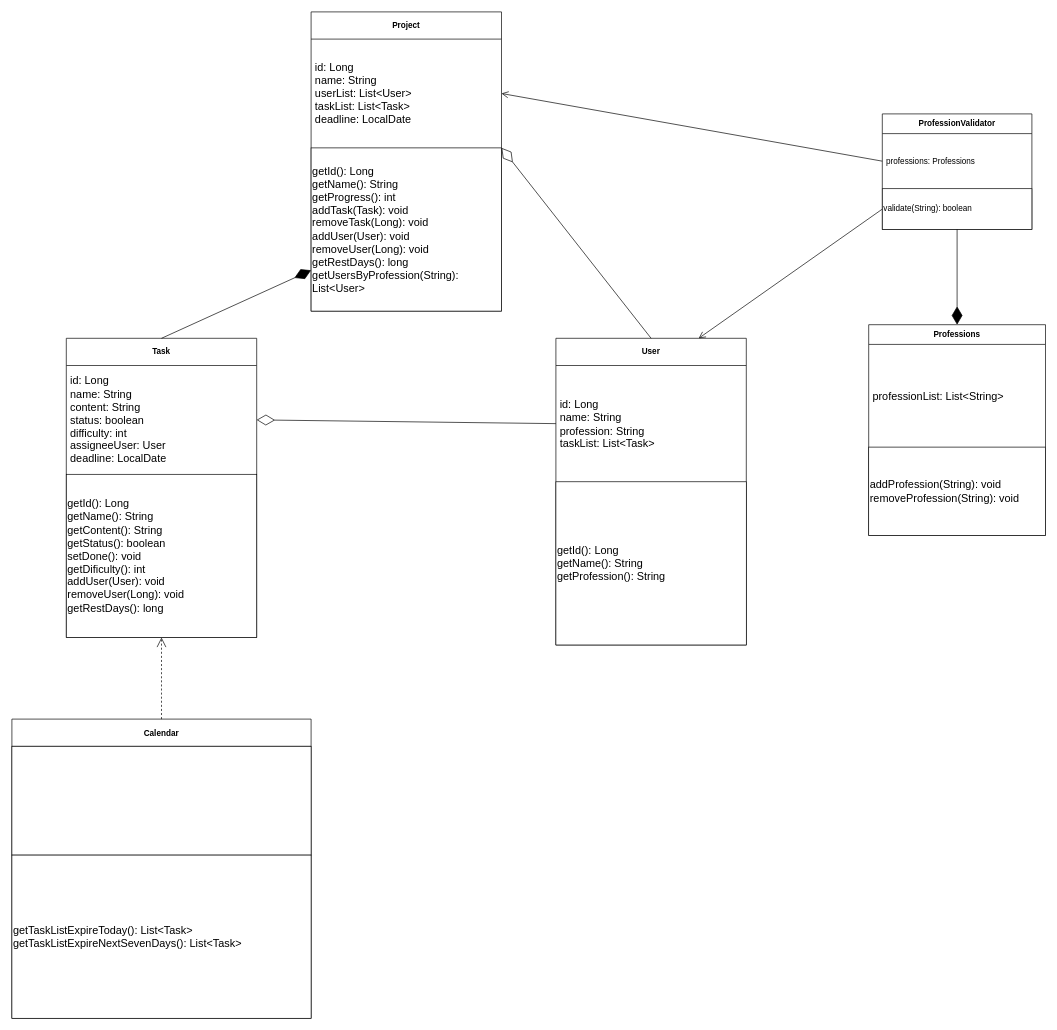
This is uml.drawio from SibGuys/ood, a draw.io file, before an edit. Source tidied: cells renumbered, new cells numbered last; positions are measured from the earlier drawing's top-left corner, leaving out a move shared by most shapes. Both pictures are drawn from the tidied source at 68%, with x=0, y=0 at pixel (12, 12).
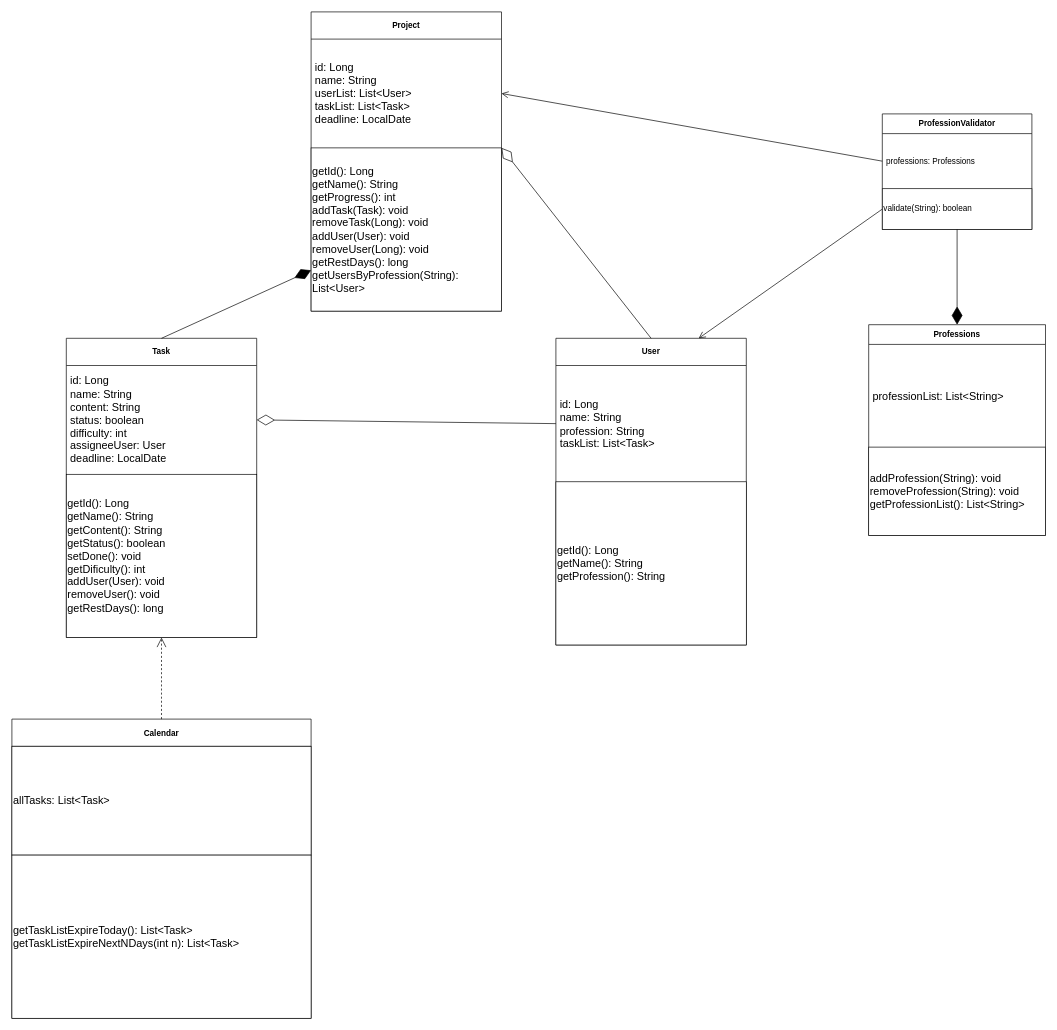
Above is the later version.

Unchanged cells that the change refers to:
```xml
<mxCell id="2" value="Task" style="swimlane;fontStyle=1;align=center;verticalAlign=middle;horizontal=1;startSize=40;html=1;whiteSpace=wrap;" parent="1" vertex="1">
  <mxGeometry x="80" y="480" width="280" height="440" as="geometry" />
</mxCell>
<mxCell id="11" value="&lt;font style=&quot;font-size: 12px;&quot;&gt;Calendar&lt;/font&gt;" style="swimlane;fontStyle=1;align=center;verticalAlign=middle;horizontal=1;startSize=40;html=1;whiteSpace=wrap;fontSize=16;" parent="1" vertex="1">
  <mxGeometry y="1040" width="440" height="440" as="geometry" />
</mxCell>
<mxCell id="18" value="&lt;font style=&quot;font-size: 12px;&quot;&gt;Professions&lt;/font&gt;" style="swimlane;fontStyle=1;align=center;verticalAlign=middle;horizontal=1;startSize=29;html=1;whiteSpace=wrap;" parent="1" vertex="1">
  <mxGeometry x="1260" y="460" width="260" height="310" as="geometry" />
</mxCell>
```

What changed in the source:
```diff
@@
-    <mxCell id="4" value="&lt;font style=&quot;font-size: 16px;&quot;&gt;getId(): Long&lt;br&gt;getName(): String&lt;br&gt;getContent(): String&lt;br&gt;getStatus(): boolean&lt;br&gt;setDone(): void&lt;br&gt;getDificulty(): int&lt;br&gt;addUser(User): void&lt;br&gt;removeUser(Long): void&lt;br&gt;getRestDays(): long&lt;br&gt;&lt;/font&gt;" style="rounded=0;whiteSpace=wrap;html=1;fontSize=16;align=left;" parent="2" vertex="1">
+    <mxCell id="4" value="&lt;font style=&quot;font-size: 16px;&quot;&gt;getId(): Long&lt;br&gt;getName(): String&lt;br&gt;getContent(): String&lt;br&gt;getStatus(): boolean&lt;br&gt;setDone(): void&lt;br&gt;getDificulty(): int&lt;br&gt;addUser(User): void&lt;br&gt;removeUser(): void&lt;br&gt;getRestDays(): long&lt;br&gt;&lt;/font&gt;" style="rounded=0;whiteSpace=wrap;html=1;fontSize=16;align=left;" parent="2" vertex="1">
       <mxGeometry y="200" width="280" height="240" as="geometry" />
     </mxCell>
@@
-    <mxCell id="12" style="rounded=0;whiteSpace=wrap;html=1;fontSize=16;align=left;" parent="11" vertex="1">
+    <mxCell id="12" value="allTasks: List&amp;lt;Task&amp;gt;" style="rounded=0;whiteSpace=wrap;html=1;fontSize=16;align=left;" parent="11" vertex="1">
       <mxGeometry y="40" width="440" height="160" as="geometry" />
     </mxCell>
-    <mxCell id="13" value="&lt;font style=&quot;font-size: 16px;&quot;&gt;getTaskListExpireToday(): List&amp;lt;Task&amp;gt;&lt;br style=&quot;border-color: var(--border-color);&quot;&gt;&lt;span style=&quot;&quot;&gt;getTaskListExpireNextSevenDays(): List&amp;lt;Task&amp;gt;&lt;/span&gt;&lt;/font&gt;" style="rounded=0;whiteSpace=wrap;html=1;fontSize=16;align=left;" parent="11" vertex="1">
+    <mxCell id="13" value="&lt;font style=&quot;font-size: 16px;&quot;&gt;getTaskListExpireToday(): List&amp;lt;Task&amp;gt;&lt;br style=&quot;border-color: var(--border-color);&quot;&gt;&lt;span style=&quot;&quot;&gt;getTaskListExpireNextNDays(int n): List&amp;lt;Task&amp;gt;&lt;/span&gt;&lt;/font&gt;" style="rounded=0;whiteSpace=wrap;html=1;fontSize=16;align=left;" parent="11" vertex="1">
       <mxGeometry y="200" width="440" height="240" as="geometry" />
     </mxCell>
@@
-    <mxCell id="20" value="&lt;font style=&quot;font-size: 16px;&quot;&gt;addProfession(String): void&lt;br style=&quot;border-color: var(--border-color);&quot;&gt;removeProfession(String): void&lt;/font&gt;" style="rounded=0;whiteSpace=wrap;html=1;align=left;" parent="18" vertex="1">
+    <mxCell id="20" value="&lt;font style=&quot;font-size: 16px;&quot;&gt;addProfession(String): void&lt;br style=&quot;border-color: var(--border-color);&quot;&gt;&lt;/font&gt;&lt;div&gt;&lt;font style=&quot;font-size: 16px;&quot;&gt;removeProfession(String): void&lt;/font&gt;&lt;/div&gt;&lt;div&gt;&lt;font style=&quot;font-size: 16px;&quot;&gt;getProfessionList(): List&amp;lt;String&amp;gt;&lt;br&gt;&lt;/font&gt;&lt;/div&gt;" style="rounded=0;whiteSpace=wrap;html=1;align=left;" parent="18" vertex="1">
       <mxGeometry y="180" width="260" height="130" as="geometry" />
     </mxCell>
```
